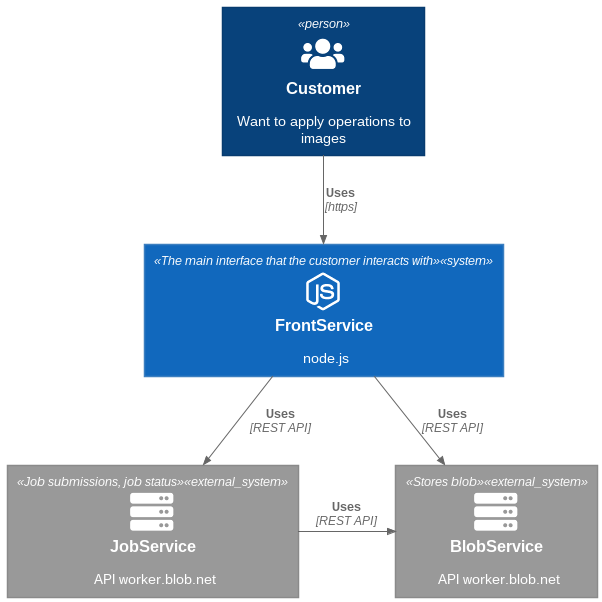
Earlier version of the PlantUML export out/diagrams/c4_context/c4_context.png (enricodangelo/ptc_test).
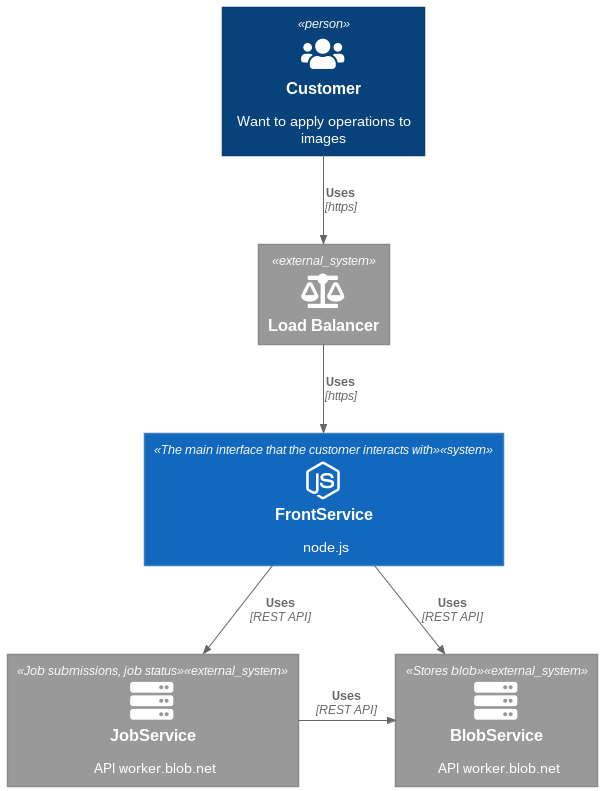
Above is the later version.

What changed in the source:
```diff
@@ -7,16 +7,19 @@
 !include DEVICONS/nodejs_small.puml
 !include FONTAWESOME/users.puml
 !include FONTAWESOME/server.puml
+!include FONTAWESOME/balance_scale.puml
 
 Person(user, "Customer", "Want to apply operations to images", $sprite="users")
+
+System_Ext(lb, "Load Balancer", $sprite=balance_scale)
 
 System(fs, "FrontService", "node.js", "The main interface that the customer interacts with", $sprite="nodejs_small")
 
 System_Ext(jsapi, "JobService", "API worker.blob.net", "Job submissions, job status", $sprite="server")
 System_Ext(bsapi, "BlobService", "API worker.blob.net", "Stores blob", $sprite="server")
 
-
-Rel(user, fs, "Uses", "https")
+Rel(user, lb, "Uses", "https")
+Rel(lb, fs, "Uses", "https")
 Rel(fs, jsapi, "Uses", "REST API")
 Rel(fs, bsapi, "Uses", "REST API")
 Rel_R(jsapi, bsapi, "Uses", "REST API")
```
